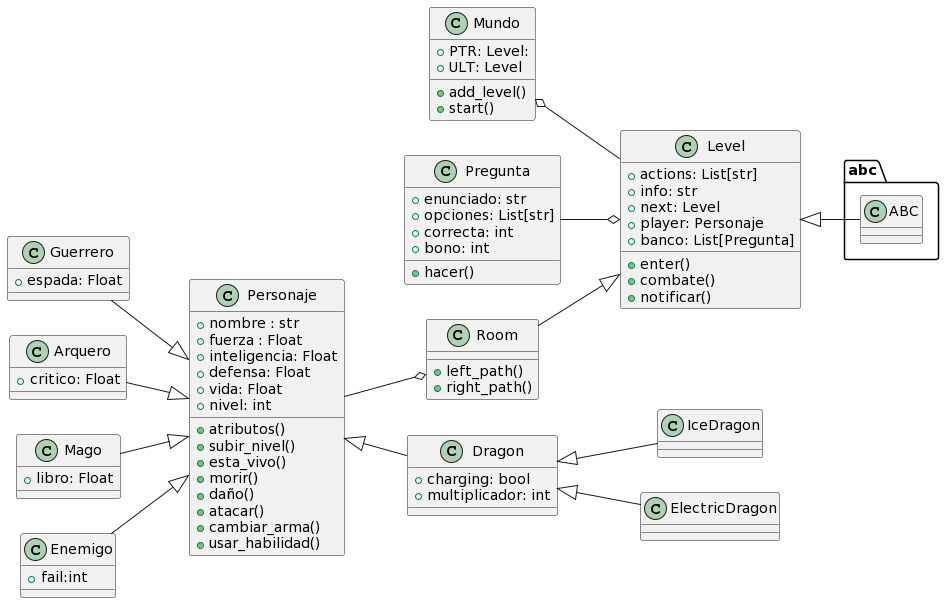
Before: img/UML.png, a diagram exported from PlantUML (davidmosquera03/OOP_FinalProject).
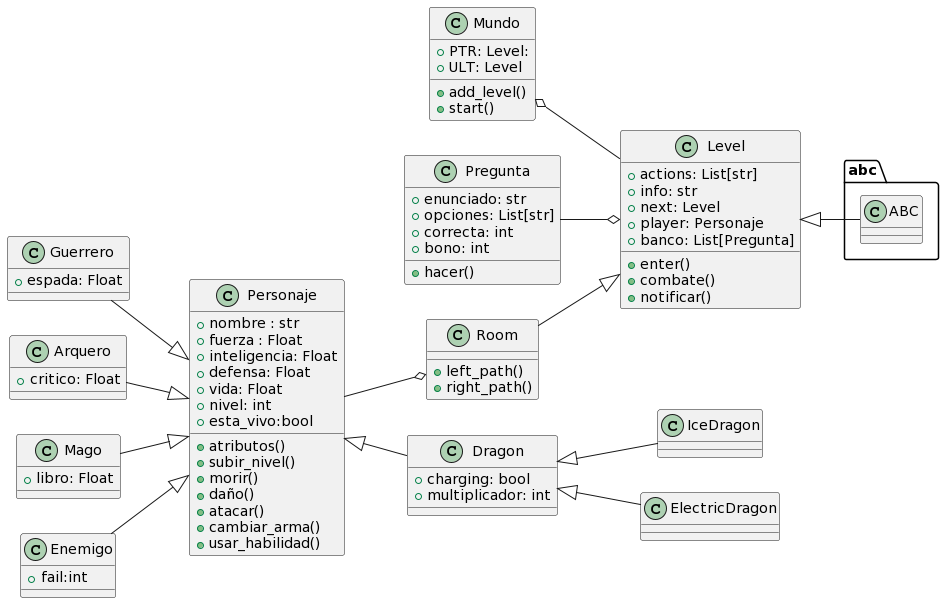
Above is the later version.

Commit message:
corrected UML

What changed in the source:
```diff
@@ -7,9 +7,9 @@
 +defensa: Float
 +vida: Float
 +nivel: int
++esta_vivo:bool
 +atributos()
 +subir_nivel()
-+esta_vivo()
 +morir()
 +daño()
 +atacar()
```
